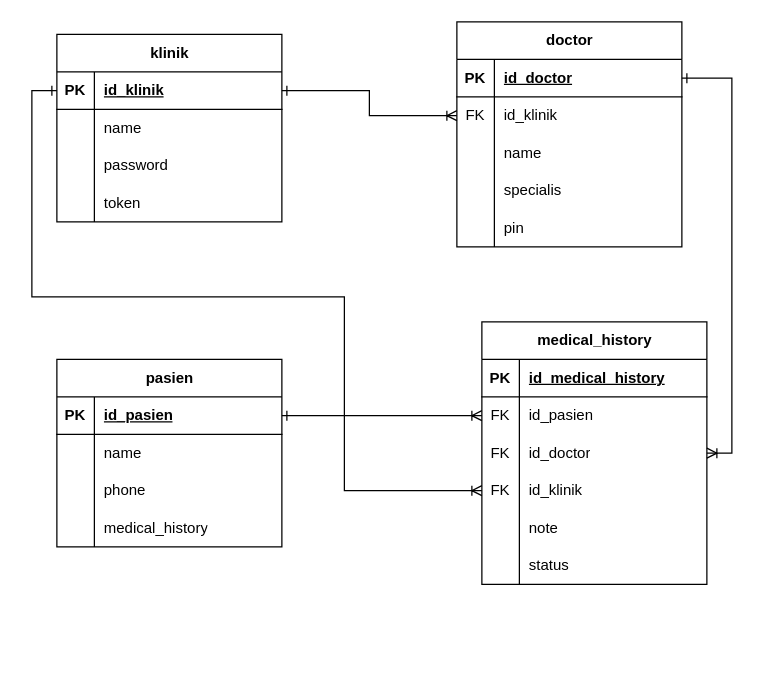
Before: erd_klinik.drawio in rrahmatn/dfd_erd_uml, a draw.io diagram. Source tidied: cells renumbered, new cells numbered last; positions are measured from the earlier drawing's top-left corner, leaving out a move shared by most shapes. Both pictures are drawn from the tidied source at 125%, with x=0, y=0 at pixel (31, 21).
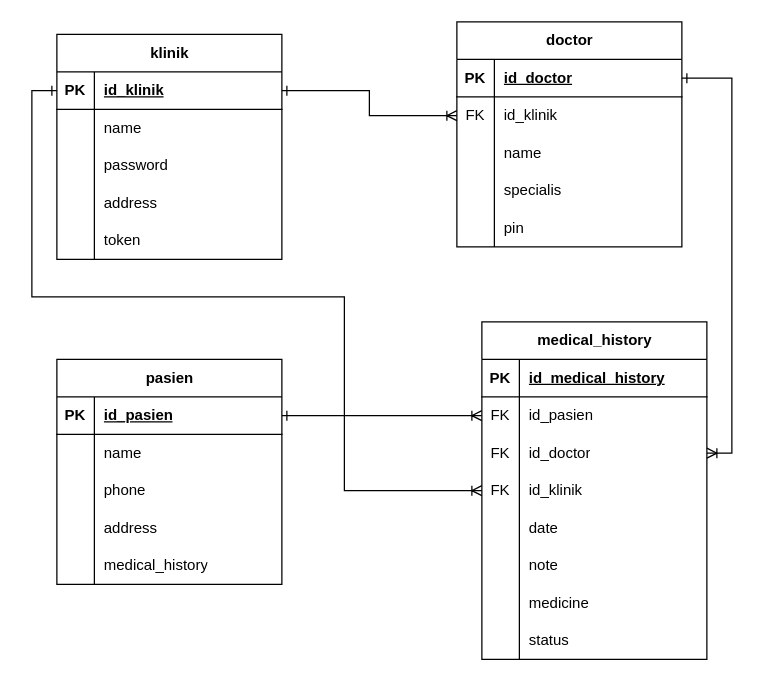
Above is the later version.

What changed in the source:
```diff
@@
     <mxCell id="2" value="klinik" style="shape=table;startSize=30;childLayout=tableLayout;rowLines=0;fontStyle=1;align=center;html=1;" parent="1" vertex="1">
-      <mxGeometry x="20" y="10" width="180" height="150" as="geometry" />
+      <mxGeometry x="20" y="10" width="180" height="180" as="geometry" />
     </mxCell>
@@
+    <mxCell id="67" style="shape=tableRow;horizontal=0;startSize=0;swimlaneHead=0;swimlaneBody=0;fillColor=none;top=0;left=0;right=0;bottom=0;" parent="2" vertex="1">
+      <mxGeometry y="120" width="180" height="30" as="geometry" />
+    </mxCell>
+    <mxCell id="68" style="shape=partialRectangle;fillColor=none;top=0;left=0;bottom=0;right=0;overflow=hidden;whiteSpace=wrap;html=1;" parent="67" vertex="1">
+      <mxGeometry width="30" height="30" as="geometry" />
+    </mxCell>
+    <mxCell id="69" value="address" style="shape=partialRectangle;fillColor=none;top=0;left=0;bottom=0;right=0;align=left;spacingLeft=6;overflow=hidden;whiteSpace=wrap;html=1;" parent="67" vertex="1">
+      <mxGeometry x="30" width="150" height="30" as="geometry" />
+    </mxCell>
     <mxCell id="12" style="shape=tableRow;horizontal=0;startSize=0;swimlaneHead=0;swimlaneBody=0;fillColor=none;top=0;left=0;right=0;bottom=0;" parent="2" vertex="1">
-      <mxGeometry y="120" width="180" height="30" as="geometry" />
+      <mxGeometry y="150" width="180" height="30" as="geometry" />
     </mxCell>
@@
     <mxCell id="31" value="pasien" style="shape=table;startSize=30;childLayout=tableLayout;rowLines=0;fontStyle=1;align=center;html=1;" parent="1" vertex="1">
-      <mxGeometry x="20" y="270" width="180" height="150" as="geometry" />
+      <mxGeometry x="20" y="270" width="180" height="180" as="geometry" />
     </mxCell>
@@
+    <mxCell id="70" style="shape=tableRow;horizontal=0;startSize=0;swimlaneHead=0;swimlaneBody=0;fillColor=none;top=0;left=0;right=0;bottom=0;" parent="31" vertex="1">
+      <mxGeometry y="120" width="180" height="30" as="geometry" />
+    </mxCell>
+    <mxCell id="71" style="shape=partialRectangle;fillColor=none;top=0;left=0;bottom=0;right=0;overflow=hidden;whiteSpace=wrap;html=1;" parent="70" vertex="1">
+      <mxGeometry width="30" height="30" as="geometry" />
+    </mxCell>
+    <mxCell id="72" value="address&lt;br&gt;" style="shape=partialRectangle;fillColor=none;top=0;left=0;bottom=0;right=0;align=left;spacingLeft=6;overflow=hidden;whiteSpace=wrap;html=1;" parent="70" vertex="1">
+      <mxGeometry x="30" width="150" height="30" as="geometry" />
+    </mxCell>
     <mxCell id="41" style="shape=tableRow;horizontal=0;startSize=0;swimlaneHead=0;swimlaneBody=0;fillColor=none;top=0;left=0;right=0;bottom=0;" parent="31" vertex="1">
-      <mxGeometry y="120" width="180" height="30" as="geometry" />
+      <mxGeometry y="150" width="180" height="30" as="geometry" />
     </mxCell>
@@
     <mxCell id="44" value="medical_history" style="shape=table;startSize=30;childLayout=tableLayout;rowLines=0;fontStyle=1;align=center;html=1;" parent="1" vertex="1">
-      <mxGeometry x="360" y="240" width="180" height="210" as="geometry" />
+      <mxGeometry x="360" y="240" width="180" height="270" as="geometry" />
     </mxCell>
@@
+    <mxCell id="73" style="shape=tableRow;horizontal=0;startSize=0;swimlaneHead=0;swimlaneBody=0;fillColor=none;top=0;left=0;right=0;bottom=0;" parent="44" vertex="1">
+      <mxGeometry y="150" width="180" height="30" as="geometry" />
+    </mxCell>
+    <mxCell id="74" style="shape=partialRectangle;fillColor=none;top=0;left=0;bottom=0;right=0;overflow=hidden;whiteSpace=wrap;html=1;" parent="73" vertex="1">
+      <mxGeometry width="30" height="30" as="geometry" />
+    </mxCell>
+    <mxCell id="75" value="date" style="shape=partialRectangle;fillColor=none;top=0;left=0;bottom=0;right=0;align=left;spacingLeft=6;overflow=hidden;whiteSpace=wrap;html=1;" parent="73" vertex="1">
+      <mxGeometry x="30" width="150" height="30" as="geometry" />
+    </mxCell>
     <mxCell id="57" style="shape=tableRow;horizontal=0;startSize=0;swimlaneHead=0;swimlaneBody=0;fillColor=none;top=0;left=0;right=0;bottom=0;" parent="44" vertex="1">
-      <mxGeometry y="150" width="180" height="30" as="geometry" />
+      <mxGeometry y="180" width="180" height="30" as="geometry" />
     </mxCell>
@@
     <mxCell id="60" style="shape=tableRow;horizontal=0;startSize=0;swimlaneHead=0;swimlaneBody=0;fillColor=none;top=0;left=0;right=0;bottom=0;" parent="44" vertex="1">
-      <mxGeometry y="180" width="180" height="30" as="geometry" />
+      <mxGeometry y="210" width="180" height="30" as="geometry" />
     </mxCell>
@@
-    <mxCell id="62" value="status" style="shape=partialRectangle;fillColor=none;top=0;left=0;bottom=0;right=0;align=left;spacingLeft=6;overflow=hidden;whiteSpace=wrap;html=1;" parent="60" vertex="1">
+    <mxCell id="62" value="medicine" style="shape=partialRectangle;fillColor=none;top=0;left=0;bottom=0;right=0;align=left;spacingLeft=6;overflow=hidden;whiteSpace=wrap;html=1;" parent="60" vertex="1">
       <mxGeometry x="30" width="150" height="30" as="geometry" />
     </mxCell>
+    <mxCell id="76" style="shape=tableRow;horizontal=0;startSize=0;swimlaneHead=0;swimlaneBody=0;fillColor=none;top=0;left=0;right=0;bottom=0;" parent="44" vertex="1">
+      <mxGeometry y="240" width="180" height="30" as="geometry" />
+    </mxCell>
+    <mxCell id="77" style="shape=partialRectangle;fillColor=none;top=0;left=0;bottom=0;right=0;overflow=hidden;whiteSpace=wrap;html=1;" parent="76" vertex="1">
+      <mxGeometry width="30" height="30" as="geometry" />
+    </mxCell>
+    <mxCell id="78" value="status" style="shape=partialRectangle;fillColor=none;top=0;left=0;bottom=0;right=0;align=left;spacingLeft=6;overflow=hidden;whiteSpace=wrap;html=1;" parent="76" vertex="1">
+      <mxGeometry x="30" width="150" height="30" as="geometry" />
+    </mxCell>
```
